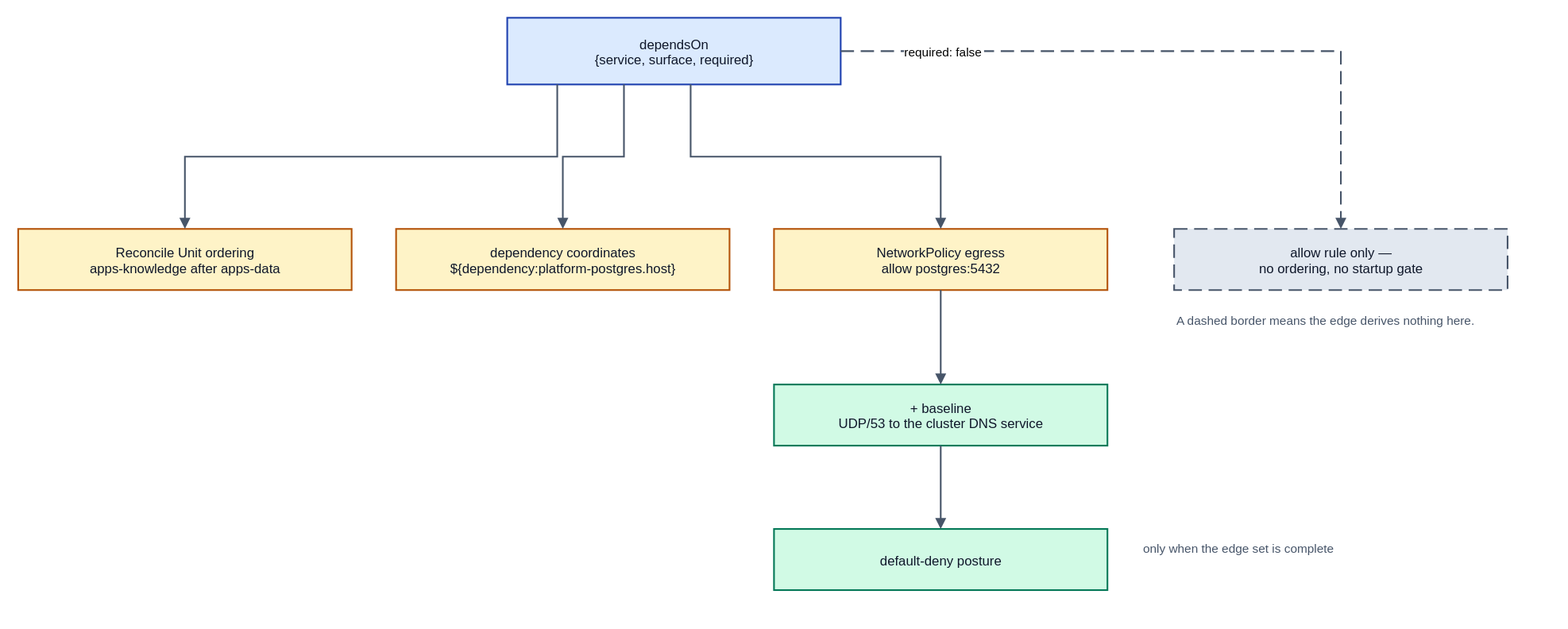
JorisJonkers-dev/deploy-kit keeps this draw.io diagram as spec/v1/diagrams/16-edge-derives.drawio.svg. Above is the earlier version. Source tidied: cells renumbered, new cells last; positions are measured from the earlier drawing's top-left corner, leaving out a move shared by most shapes.
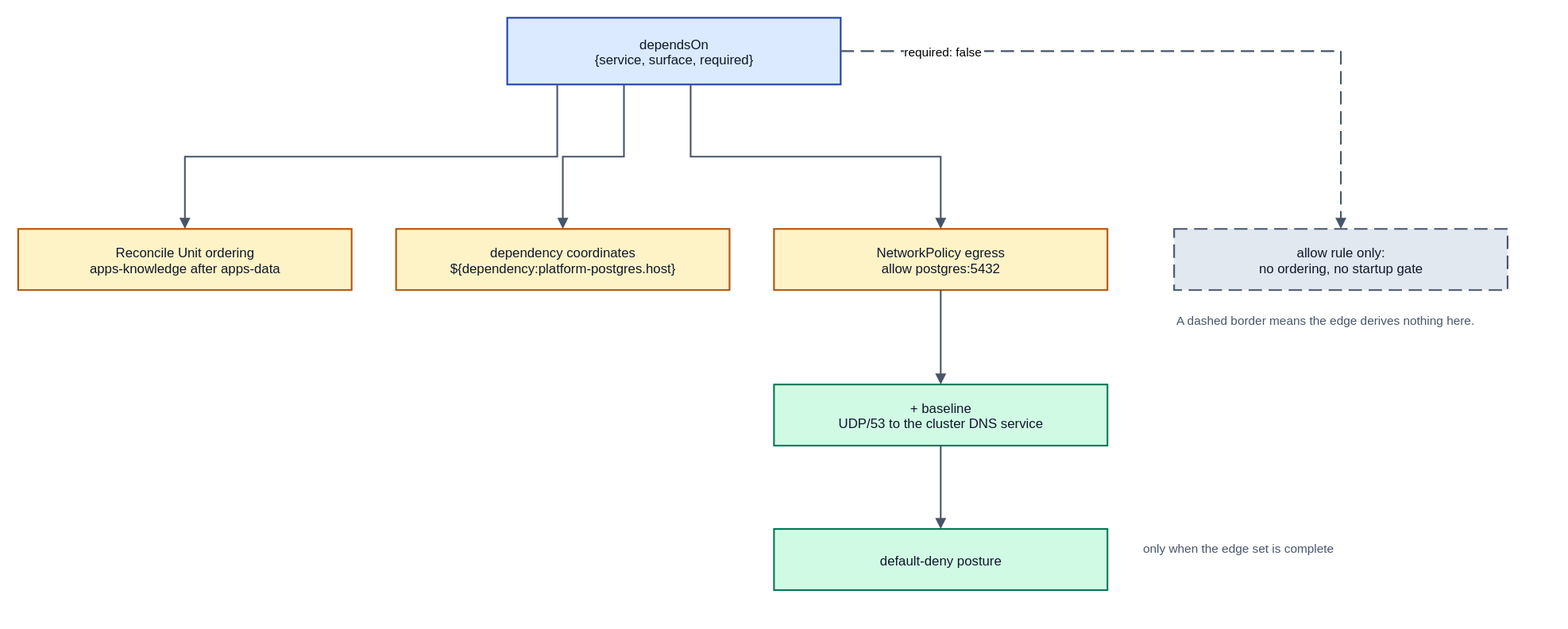
The same diagram one commit later.

Diff of the diagram source:
```diff
@@ -14,7 +14,7 @@
     <mxCell id="5" value="NetworkPolicy egress&#10;allow postgres:5432" style="rounded=0;whiteSpace=nowrap;html=0;align=center;verticalAlign=middle;fillColor=#fef3c7;strokeColor=#b45309;strokeWidth=1.5;fontFamily=Helvetica;fontSize=12;fontColor=#0f172a;" parent="1" vertex="1">
       <mxGeometry x="680" y="190" width="300" height="55" as="geometry" />
     </mxCell>
-    <mxCell id="6" value="allow rule only  —&#10;no ordering, no startup gate" style="rounded=0;whiteSpace=nowrap;html=0;align=center;verticalAlign=middle;fillColor=#e2e8f0;strokeColor=#475569;strokeWidth=1.5;fontFamily=Helvetica;fontSize=12;fontColor=#0f172a;dashed=1;dashPattern=8 4;" parent="1" vertex="1">
+    <mxCell id="6" value="allow rule only:&#10;no ordering, no startup gate" style="rounded=0;whiteSpace=nowrap;html=0;align=center;verticalAlign=middle;fillColor=#e2e8f0;strokeColor=#475569;strokeWidth=1.5;fontFamily=Helvetica;fontSize=12;fontColor=#0f172a;dashed=1;dashPattern=8 4;" parent="1" vertex="1">
       <mxGeometry x="1040" y="190" width="300" height="55" as="geometry" />
     </mxCell>
     <mxCell id="7" value="+ baseline&#10;UDP/53 to the cluster DNS service" style="rounded=0;whiteSpace=nowrap;html=0;align=center;verticalAlign=middle;fillColor=#d1fae5;strokeColor=#047857;strokeWidth=1.5;fontFamily=Helvetica;fontSize=12;fontColor=#0f172a;" parent="1" vertex="1">
```
